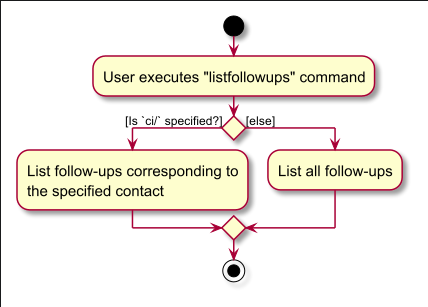
Before: docs/images/ListFollowupsActivityDiagram.png, a diagram exported from PlantUML (AY2627S1-CS2103T-T13-3/tp). Its source is kept beside it as docs/diagrams/ListFollowupsActivityDiagram.puml. Its diagram source:
```plantuml
@startuml
skin rose
skinparam ActivityFontSize 15
skinparam ArrowFontSize 12

start
:User executes "listfollowups" command;

if () then ([Is `ci/` specified?])
    :List follow-ups corresponding to
    the specified contact;
else ([else])
    :List all follow-ups;
endif

stop
@enduml
```
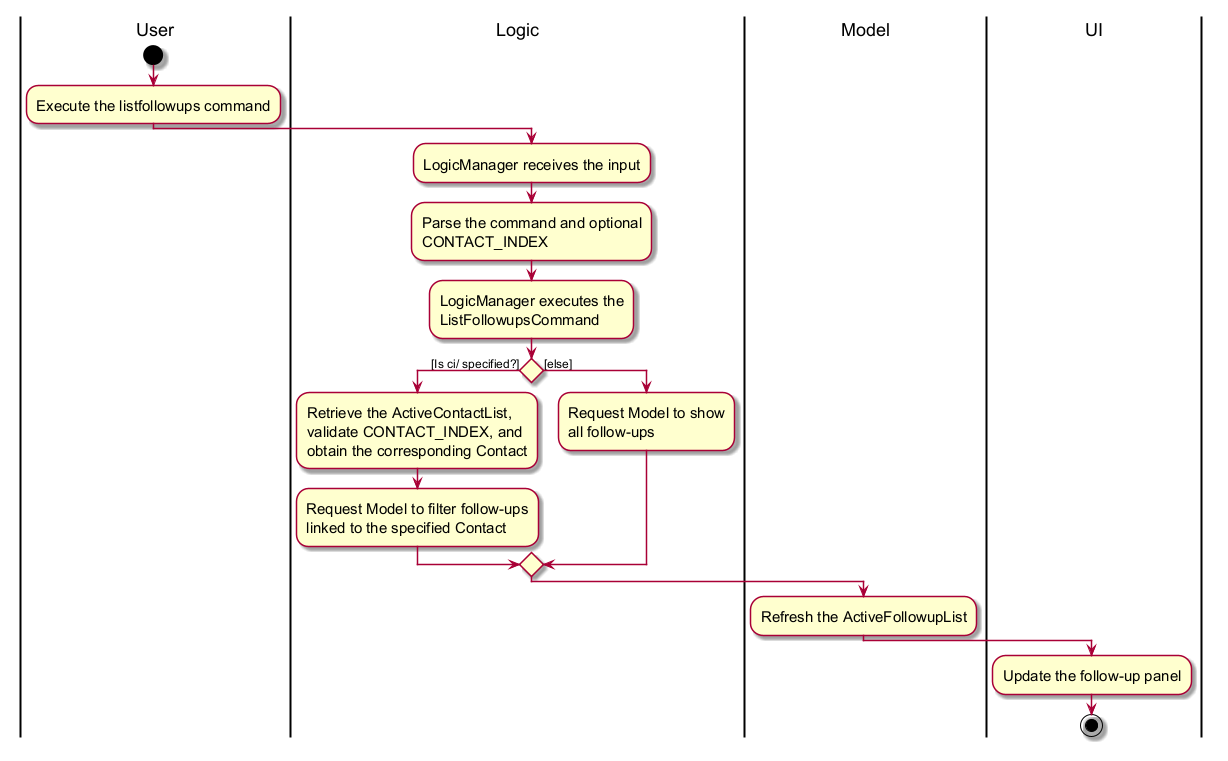
Above is the later version.

Commit message:
Update UML diagram

Diff of the diagram source:
```diff
@@ -3,15 +3,33 @@
 skinparam ActivityFontSize 15
 skinparam ArrowFontSize 12
 
+|User|
 start
-:User executes "listfollowups" command;
+:Execute the listfollowups command;
 
-if () then ([Is `ci/` specified?])
-    :List follow-ups corresponding to
-    the specified contact;
+|Logic|
+:LogicManager receives the input;
+:Parse the command and optional
+CONTACT_INDEX;
+:LogicManager executes the
+ListFollowupsCommand;
+
+if () then ([Is ci/ specified?])
+    :Retrieve the ActiveContactList,
+    validate CONTACT_INDEX, and
+    obtain the corresponding Contact;
+    :Request Model to filter follow-ups
+    linked to the specified Contact;
 else ([else])
-    :List all follow-ups;
+    :Request Model to show
+    all follow-ups;
 endif
+
+|Model|
+:Refresh the ActiveFollowupList;
+
+|UI|
+:Update the follow-up panel;
 
 stop
 @enduml
```
